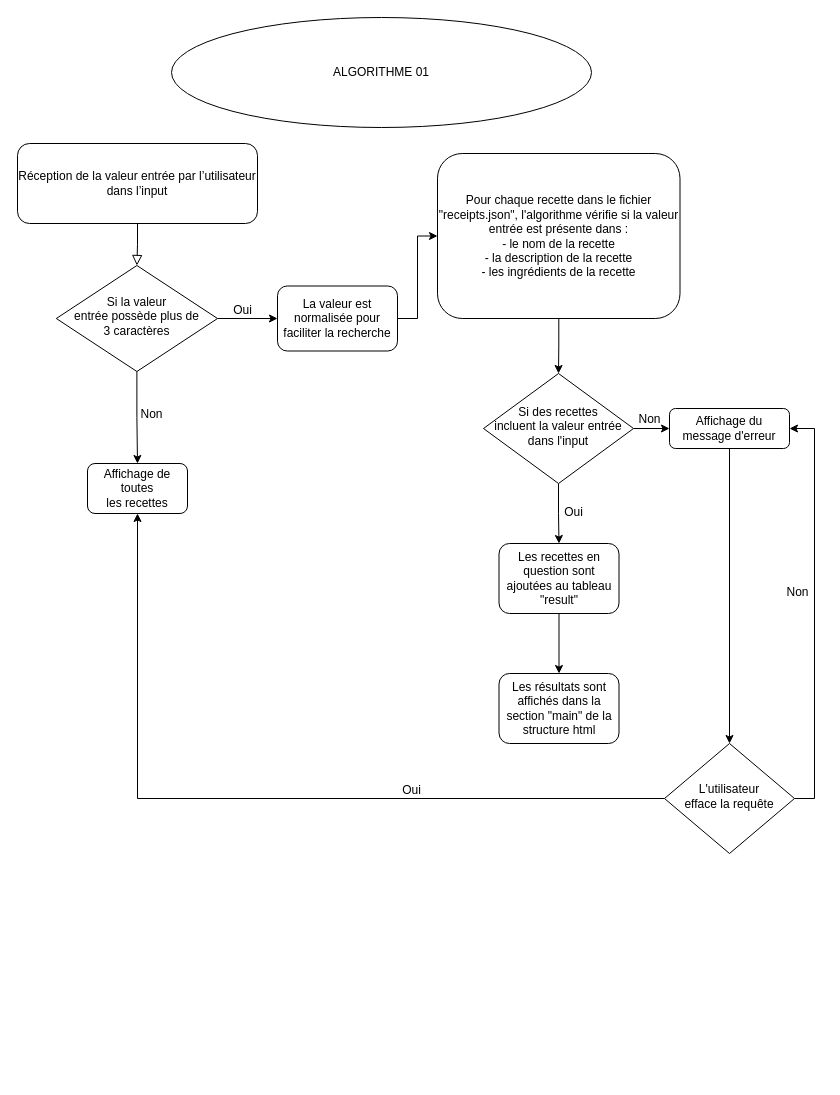
Before: page "Page-1" (1 of 2) of LesPetitsPlats_Algos.drawio in Adv13/LesPetitsPlats-Website, a draw.io diagram. Source tidied: cells renumbered, new cells numbered last; positions are measured from the earlier drawing's top-left corner, leaving out a move shared by most shapes. Both pictures are drawn from the tidied source at 100%, with x=0, y=0 at pixel (17, 17).
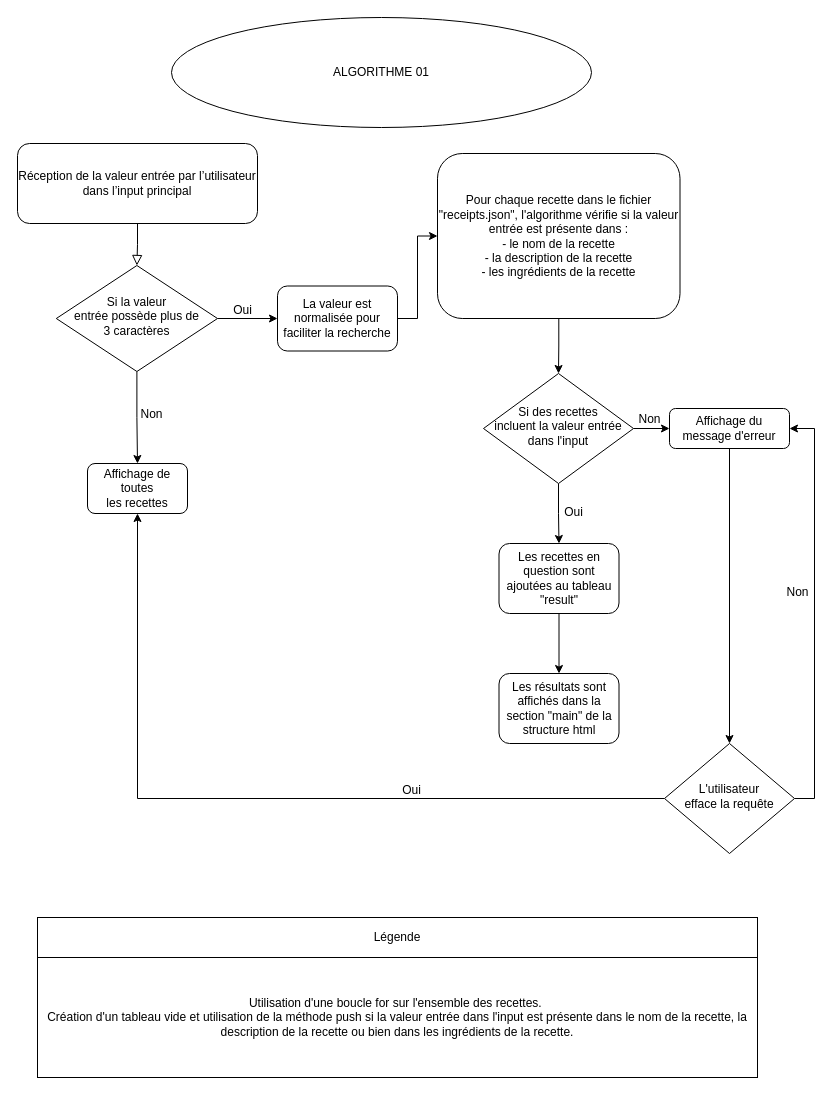
Above is the later version.

Change to the diagram source:
```diff
@@
-    <mxCell id="3" value="Réception de la valeur entrée par l’utilisateur dans l’input" style="rounded=1;whiteSpace=wrap;html=1;fontSize=12;glass=0;strokeWidth=1;shadow=0;" parent="1" vertex="1">
+    <mxCell id="3" value="Réception de la valeur entrée par l’utilisateur dans l’input principal" style="rounded=1;whiteSpace=wrap;html=1;fontSize=12;glass=0;strokeWidth=1;shadow=0;" parent="1" vertex="1">
       <mxGeometry y="126" width="240" height="80" as="geometry" />
     </mxCell>
@@
+    <mxCell id="30" value="Légende" style="rounded=0;whiteSpace=wrap;html=1;" parent="1" vertex="1">
+      <mxGeometry x="20" y="900" width="720" height="40" as="geometry" />
+    </mxCell>
+    <mxCell id="31" value="Utilisation d'une boucle for sur l'ensemble des recettes.&amp;nbsp;&lt;br&gt;Création d'un tableau vide et utilisation de la méthode push si la valeur entrée dans l'input est présente dans le nom de la recette, la description de la recette ou bien dans les ingrédients de la recette." style="rounded=0;whiteSpace=wrap;html=1;" parent="1" vertex="1">
+      <mxGeometry x="20" y="940" width="720" height="120" as="geometry" />
+    </mxCell>
```
